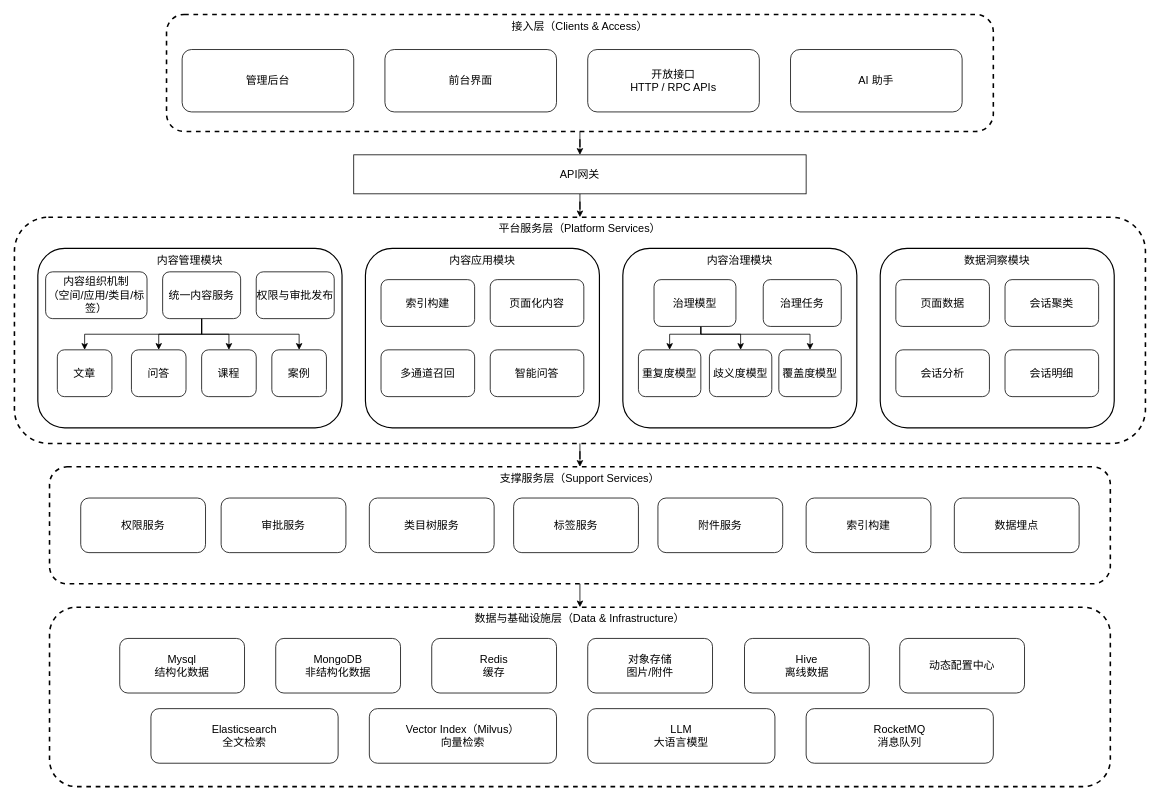
The draw.io diagram page "系统架构图" (7 of 19) of figure/figures.drawio in jqq04/nju-thesis-2026, before the edit. Source tidied: cells renumbered, new cells numbered last; positions are measured from the earlier drawing's top-left corner, leaving out a move shared by most shapes. Both pictures are drawn from the tidied source at 78%, with x=0, y=0 at pixel (14, 14).
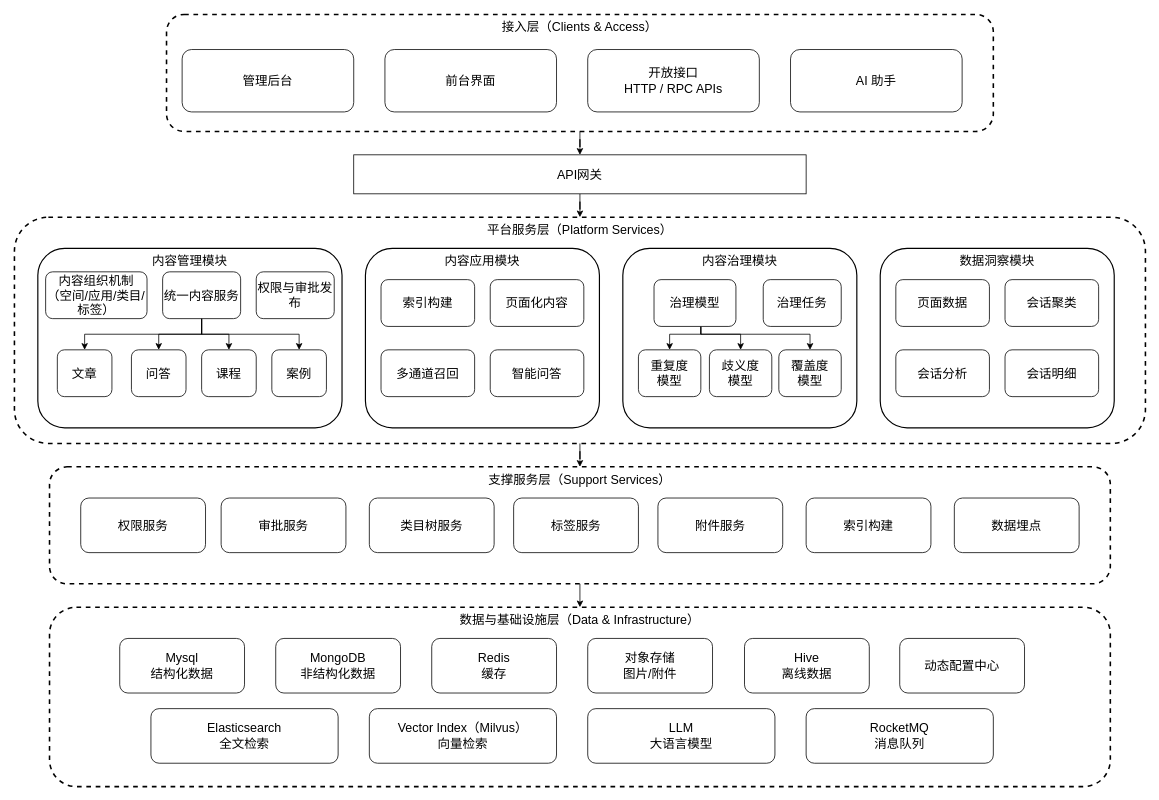
The same diagram, later.

What changed in the source:
```diff
@@
-    <mxCell id="2" style="edgeStyle=orthogonalEdgeStyle;rounded=0;jettySize=auto;html=1;entryX=0.5;entryY=0;entryDx=0;entryDy=0;fontSize=14;" parent="1" edge="1" source="3" target="18">
+    <mxCell id="2" style="edgeStyle=orthogonalEdgeStyle;rounded=0;jettySize=auto;html=1;entryX=0.5;entryY=0;entryDx=0;entryDy=0;fontSize=16;" parent="1" edge="1" source="3" target="18">
       <mxGeometry relative="1" as="geometry" />
     </mxCell>
-    <mxCell id="3" value="平台服务层（Platform Services）" style="rounded=1;whiteSpace=wrap;html=1;strokeWidth=2;fillColor=none;verticalAlign=top;dashed=1;fontSize=14;" parent="1" vertex="1">
+    <mxCell id="3" value="平台服务层（Platform Services）" style="rounded=1;whiteSpace=wrap;html=1;strokeWidth=2;fillColor=none;verticalAlign=top;dashed=1;fontSize=16;" parent="1" vertex="1">
       <mxGeometry y="260" width="1450" height="290" as="geometry" />
     </mxCell>
-    <mxCell id="4" style="edgeStyle=orthogonalEdgeStyle;rounded=0;jettySize=auto;html=1;fontSize=14;" parent="1" edge="1" source="5" target="60">
+    <mxCell id="4" style="edgeStyle=orthogonalEdgeStyle;rounded=0;jettySize=auto;html=1;fontSize=16;" parent="1" edge="1" source="5" target="60">
       <mxGeometry relative="1" as="geometry" />
     </mxCell>
-    <mxCell id="5" value="接入层（Clients &amp;amp; Access）" style="rounded=1;whiteSpace=wrap;html=1;strokeWidth=2;fillColor=none;align=center;verticalAlign=top;dashed=1;fontSize=14;" parent="1" vertex="1">
+    <mxCell id="5" value="接入层（Clients &amp;amp; Access）" style="rounded=1;whiteSpace=wrap;html=1;strokeWidth=2;fillColor=none;align=center;verticalAlign=top;dashed=1;fontSize=16;" parent="1" vertex="1">
       <mxGeometry x="195" width="1060" height="150" as="geometry" />
     </mxCell>
-    <mxCell id="6" value="数据与基础设施层（Data &amp;amp; Infrastructure）" style="rounded=1;whiteSpace=wrap;html=1;strokeWidth=2;fillColor=none;verticalAlign=top;dashed=1;fontSize=14;" parent="1" vertex="1">
+    <mxCell id="6" value="数据与基础设施层（Data &amp;amp; Infrastructure）" style="rounded=1;whiteSpace=wrap;html=1;strokeWidth=2;fillColor=none;verticalAlign=top;dashed=1;fontSize=16;" parent="1" vertex="1">
       <mxGeometry x="45" y="760" width="1360" height="230" as="geometry" />
     </mxCell>
-    <mxCell id="7" value="管理后台" style="rounded=1;whiteSpace=wrap;html=1;fontSize=14;" parent="1" vertex="1">
+    <mxCell id="7" value="管理后台" style="rounded=1;whiteSpace=wrap;html=1;fontSize=16;" parent="1" vertex="1">
       <mxGeometry x="215" y="45" width="220" height="80" as="geometry" />
     </mxCell>
-    <mxCell id="8" value="前台界面" style="rounded=1;whiteSpace=wrap;html=1;fontSize=14;" parent="1" vertex="1">
+    <mxCell id="8" value="前台界面" style="rounded=1;whiteSpace=wrap;html=1;fontSize=16;" parent="1" vertex="1">
       <mxGeometry x="475" y="45" width="220" height="80" as="geometry" />
     </mxCell>
-    <mxCell id="9" value="开放接口&#10;HTTP / RPC APIs" style="rounded=1;whiteSpace=wrap;html=1;fontSize=14;" parent="1" vertex="1">
+    <mxCell id="9" value="开放接口&#10;HTTP / RPC APIs" style="rounded=1;whiteSpace=wrap;html=1;fontSize=16;" parent="1" vertex="1">
       <mxGeometry x="735" y="45" width="220" height="80" as="geometry" />
     </mxCell>
-    <mxCell id="10" value="AI 助手" style="rounded=1;whiteSpace=wrap;html=1;fontSize=14;" parent="1" vertex="1">
+    <mxCell id="10" value="AI 助手" style="rounded=1;whiteSpace=wrap;html=1;fontSize=16;" parent="1" vertex="1">
       <mxGeometry x="995" y="45" width="220" height="80" as="geometry" />
     </mxCell>
-    <mxCell id="11" value="Mysql&lt;br&gt;结构化数据" style="rounded=1;whiteSpace=wrap;html=1;fontSize=14;" parent="1" vertex="1">
+    <mxCell id="11" value="Mysql&lt;br&gt;结构化数据" style="rounded=1;whiteSpace=wrap;html=1;fontSize=16;" parent="1" vertex="1">
       <mxGeometry x="135" y="800" width="160" height="70" as="geometry" />
     </mxCell>
-    <mxCell id="12" value="MongoDB&lt;br&gt;非结构化数据" style="rounded=1;whiteSpace=wrap;html=1;fontSize=14;" parent="1" vertex="1">
+    <mxCell id="12" value="MongoDB&lt;br&gt;非结构化数据" style="rounded=1;whiteSpace=wrap;html=1;fontSize=16;" parent="1" vertex="1">
       <mxGeometry x="335" y="800" width="160" height="70" as="geometry" />
     </mxCell>
-    <mxCell id="13" value="Redis&lt;br&gt;缓存" style="rounded=1;whiteSpace=wrap;html=1;fontSize=14;" parent="1" vertex="1">
+    <mxCell id="13" value="Redis&lt;br&gt;缓存" style="rounded=1;whiteSpace=wrap;html=1;fontSize=16;" parent="1" vertex="1">
       <mxGeometry x="535" y="800" width="160" height="70" as="geometry" />
     </mxCell>
-    <mxCell id="14" value="对象存储&#10;图片/附件" style="rounded=1;whiteSpace=wrap;html=1;fontSize=14;" parent="1" vertex="1">
+    <mxCell id="14" value="对象存储&#10;图片/附件" style="rounded=1;whiteSpace=wrap;html=1;fontSize=16;" parent="1" vertex="1">
       <mxGeometry x="735" y="800" width="160" height="70" as="geometry" />
     </mxCell>
-    <mxCell id="15" value="Elasticsearch&lt;br&gt;全文检索" style="rounded=1;whiteSpace=wrap;html=1;fontSize=14;" parent="1" vertex="1">
+    <mxCell id="15" value="Elasticsearch&lt;br&gt;全文检索" style="rounded=1;whiteSpace=wrap;html=1;fontSize=16;" parent="1" vertex="1">
       <mxGeometry x="175" y="890" width="240" height="70" as="geometry" />
     </mxCell>
-    <mxCell id="16" value="Vector Index（Milvus）&lt;br&gt;向量检索" style="rounded=1;whiteSpace=wrap;html=1;fontSize=14;" parent="1" vertex="1">
+    <mxCell id="16" value="Vector Index（Milvus）&lt;br&gt;向量检索" style="rounded=1;whiteSpace=wrap;html=1;fontSize=16;" parent="1" vertex="1">
       <mxGeometry x="455" y="890" width="240" height="70" as="geometry" />
     </mxCell>
-    <mxCell id="17" style="edgeStyle=orthogonalEdgeStyle;rounded=0;jettySize=auto;html=1;exitX=0.5;exitY=1;exitDx=0;exitDy=0;entryX=0.5;entryY=0;entryDx=0;entryDy=0;fontSize=14;" parent="1" edge="1" source="18" target="6">
+    <mxCell id="17" style="edgeStyle=orthogonalEdgeStyle;rounded=0;jettySize=auto;html=1;exitX=0.5;exitY=1;exitDx=0;exitDy=0;entryX=0.5;entryY=0;entryDx=0;entryDy=0;fontSize=16;" parent="1" edge="1" source="18" target="6">
       <mxGeometry relative="1" as="geometry" />
     </mxCell>
-    <mxCell id="18" value="支撑服务层（Support Services）" style="rounded=1;whiteSpace=wrap;html=1;strokeWidth=2;fillColor=none;verticalAlign=top;dashed=1;fontSize=14;" parent="1" vertex="1">
+    <mxCell id="18" value="支撑服务层（Support Services）" style="rounded=1;whiteSpace=wrap;html=1;strokeWidth=2;fillColor=none;verticalAlign=top;dashed=1;fontSize=16;" parent="1" vertex="1">
       <mxGeometry x="45" y="580" width="1360" height="150" as="geometry" />
     </mxCell>
-    <mxCell id="19" value="权限服务" style="rounded=1;whiteSpace=wrap;html=1;fontSize=14;" parent="1" vertex="1">
+    <mxCell id="19" value="权限服务" style="rounded=1;whiteSpace=wrap;html=1;fontSize=16;" parent="1" vertex="1">
       <mxGeometry x="85" y="620" width="160" height="70" as="geometry" />
     </mxCell>
-    <mxCell id="20" value="类目树服务" style="rounded=1;whiteSpace=wrap;html=1;fontSize=14;" parent="1" vertex="1">
+    <mxCell id="20" value="类目树服务" style="rounded=1;whiteSpace=wrap;html=1;fontSize=16;" parent="1" vertex="1">
       <mxGeometry x="455" y="620" width="160" height="70" as="geometry" />
     </mxCell>
-    <mxCell id="21" value="标签服务" style="rounded=1;whiteSpace=wrap;html=1;fontSize=14;" parent="1" vertex="1">
+    <mxCell id="21" value="标签服务" style="rounded=1;whiteSpace=wrap;html=1;fontSize=16;" parent="1" vertex="1">
       <mxGeometry x="640" y="620" width="160" height="70" as="geometry" />
     </mxCell>
-    <mxCell id="22" value="附件服务" style="rounded=1;whiteSpace=wrap;html=1;fontSize=14;" parent="1" vertex="1">
+    <mxCell id="22" value="附件服务" style="rounded=1;whiteSpace=wrap;html=1;fontSize=16;" parent="1" vertex="1">
       <mxGeometry x="825" y="620" width="160" height="70" as="geometry" />
     </mxCell>
-    <mxCell id="23" value="索引构建" style="rounded=1;whiteSpace=wrap;html=1;fontSize=14;" parent="1" vertex="1">
+    <mxCell id="23" value="索引构建" style="rounded=1;whiteSpace=wrap;html=1;fontSize=16;" parent="1" vertex="1">
       <mxGeometry x="1015" y="620" width="160" height="70" as="geometry" />
     </mxCell>
-    <mxCell id="24" style="group;fontSize=14;" parent="1" vertex="1">
+    <mxCell id="24" style="group;fontSize=16;" parent="1" vertex="1">
       <mxGeometry x="30" y="300" width="390" height="230" as="geometry" />
     </mxCell>
-    <mxCell id="25" value="内容管理模块" style="rounded=1;whiteSpace=wrap;html=1;strokeWidth=1.5;fillColor=none;verticalAlign=top;fontSize=14;" parent="24" vertex="1">
+    <mxCell id="25" value="内容管理模块" style="rounded=1;whiteSpace=wrap;html=1;strokeWidth=1.5;fillColor=none;verticalAlign=top;fontSize=16;" parent="24" vertex="1">
       <mxGeometry width="390" height="230" as="geometry" />
     </mxCell>
-    <mxCell id="26" value="内容组织机制&lt;div&gt;（空间/应用/类目/标签）&lt;/div&gt;" style="rounded=1;whiteSpace=wrap;html=1;fontSize=14;" parent="24" vertex="1">
+    <mxCell id="26" value="内容组织机制&lt;div&gt;（空间/应用/类目/标签）&lt;/div&gt;" style="rounded=1;whiteSpace=wrap;html=1;fontSize=16;" parent="24" vertex="1">
       <mxGeometry x="10" y="30" width="130" height="60" as="geometry" />
     </mxCell>
-    <mxCell id="27" style="edgeStyle=orthogonalEdgeStyle;rounded=0;jettySize=auto;html=1;entryX=0.5;entryY=0;entryDx=0;entryDy=0;fontSize=14;" parent="24" edge="1" source="30" target="33">
+    <mxCell id="27" style="edgeStyle=orthogonalEdgeStyle;rounded=0;jettySize=auto;html=1;entryX=0.5;entryY=0;entryDx=0;entryDy=0;fontSize=16;" parent="24" edge="1" source="30" target="33">
       <mxGeometry relative="1" as="geometry" />
     </mxCell>
-    <mxCell id="28" style="edgeStyle=orthogonalEdgeStyle;rounded=0;jettySize=auto;html=1;entryX=0.5;entryY=0;entryDx=0;entryDy=0;fontSize=14;" parent="24" edge="1" source="30" target="34">
+    <mxCell id="28" style="edgeStyle=orthogonalEdgeStyle;rounded=0;jettySize=auto;html=1;entryX=0.5;entryY=0;entryDx=0;entryDy=0;fontSize=16;" parent="24" edge="1" source="30" target="34">
       <mxGeometry relative="1" as="geometry" />
     </mxCell>
-    <mxCell id="29" style="edgeStyle=orthogonalEdgeStyle;rounded=0;jettySize=auto;html=1;exitX=0.5;exitY=1;exitDx=0;exitDy=0;entryX=0.5;entryY=0;entryDx=0;entryDy=0;fontSize=14;" parent="24" edge="1" source="30" target="35">
+    <mxCell id="29" style="edgeStyle=orthogonalEdgeStyle;rounded=0;jettySize=auto;html=1;exitX=0.5;exitY=1;exitDx=0;exitDy=0;entryX=0.5;entryY=0;entryDx=0;entryDy=0;fontSize=16;" parent="24" edge="1" source="30" target="35">
       <mxGeometry relative="1" as="geometry">
         <Array as="points">
           <mxPoint x="210" y="110" />
           <mxPoint x="335" y="110" />
         </Array>
       </mxGeometry>
     </mxCell>
-    <mxCell id="30" value="统一内容服务" style="rounded=1;whiteSpace=wrap;html=1;fontSize=14;" parent="24" vertex="1">
+    <mxCell id="30" value="统一内容服务" style="rounded=1;whiteSpace=wrap;html=1;fontSize=16;" parent="24" vertex="1">
       <mxGeometry x="160" y="30" width="100" height="60" as="geometry" />
     </mxCell>
-    <mxCell id="31" value="权限与审批发布" style="rounded=1;whiteSpace=wrap;html=1;fontSize=14;" parent="24" vertex="1">
+    <mxCell id="31" value="权限与审批发布" style="rounded=1;whiteSpace=wrap;html=1;fontSize=16;" parent="24" vertex="1">
       <mxGeometry x="280" y="30" width="100" height="60" as="geometry" />
     </mxCell>
-    <mxCell id="32" value="文章" style="rounded=1;whiteSpace=wrap;html=1;fontSize=14;" parent="24" vertex="1">
+    <mxCell id="32" value="文章" style="rounded=1;whiteSpace=wrap;html=1;fontSize=16;" parent="24" vertex="1">
       <mxGeometry x="25" y="130" width="70" height="60" as="geometry" />
     </mxCell>
-    <mxCell id="33" value="问答" style="rounded=1;whiteSpace=wrap;html=1;fontSize=14;" parent="24" vertex="1">
+    <mxCell id="33" value="问答" style="rounded=1;whiteSpace=wrap;html=1;fontSize=16;" parent="24" vertex="1">
       <mxGeometry x="120" y="130" width="70" height="60" as="geometry" />
     </mxCell>
-    <mxCell id="34" value="课程" style="rounded=1;whiteSpace=wrap;html=1;fontSize=14;" parent="24" vertex="1">
+    <mxCell id="34" value="课程" style="rounded=1;whiteSpace=wrap;html=1;fontSize=16;" parent="24" vertex="1">
       <mxGeometry x="210" y="130" width="70" height="60" as="geometry" />
     </mxCell>
-    <mxCell id="35" value="案例" style="rounded=1;whiteSpace=wrap;html=1;fontSize=14;" parent="24" vertex="1">
+    <mxCell id="35" value="案例" style="rounded=1;whiteSpace=wrap;html=1;fontSize=16;" parent="24" vertex="1">
       <mxGeometry x="300" y="130" width="70" height="60" as="geometry" />
     </mxCell>
-    <mxCell id="36" style="edgeStyle=orthogonalEdgeStyle;rounded=0;jettySize=auto;html=1;entryX=0.5;entryY=0;entryDx=0;entryDy=0;fontSize=14;" parent="24" edge="1" source="30" target="32">
+    <mxCell id="36" style="edgeStyle=orthogonalEdgeStyle;rounded=0;jettySize=auto;html=1;entryX=0.5;entryY=0;entryDx=0;entryDy=0;fontSize=16;" parent="24" edge="1" source="30" target="32">
       <mxGeometry relative="1" as="geometry">
         <Array as="points">
           <mxPoint x="210" y="110" />
           <mxPoint x="60" y="110" />
         </Array>
       </mxGeometry>
     </mxCell>
-    <mxCell id="37" value="内容应用模块" style="rounded=1;whiteSpace=wrap;html=1;strokeWidth=1.5;fillColor=none;verticalAlign=top;fontSize=14;" parent="1" vertex="1">
+    <mxCell id="37" value="内容应用模块" style="rounded=1;whiteSpace=wrap;html=1;strokeWidth=1.5;fillColor=none;verticalAlign=top;fontSize=16;" parent="1" vertex="1">
       <mxGeometry x="450" y="300" width="300" height="230" as="geometry" />
     </mxCell>
-    <mxCell id="38" value="页面化内容" style="rounded=1;whiteSpace=wrap;html=1;fontSize=14;" parent="1" vertex="1">
+    <mxCell id="38" value="页面化内容" style="rounded=1;whiteSpace=wrap;html=1;fontSize=16;" parent="1" vertex="1">
       <mxGeometry x="610" y="340" width="120" height="60" as="geometry" />
     </mxCell>
-    <mxCell id="39" value="索引构建" style="rounded=1;whiteSpace=wrap;html=1;fontSize=14;" parent="1" vertex="1">
+    <mxCell id="39" value="索引构建" style="rounded=1;whiteSpace=wrap;html=1;fontSize=16;" parent="1" vertex="1">
       <mxGeometry x="470" y="340" width="120" height="60" as="geometry" />
     </mxCell>
-    <mxCell id="40" value="多通道召回" style="rounded=1;whiteSpace=wrap;html=1;fontSize=14;" parent="1" vertex="1">
+    <mxCell id="40" value="多通道召回" style="rounded=1;whiteSpace=wrap;html=1;fontSize=16;" parent="1" vertex="1">
       <mxGeometry x="470" y="430" width="120" height="60" as="geometry" />
     </mxCell>
-    <mxCell id="41" value="智能问答" style="rounded=1;whiteSpace=wrap;html=1;fontSize=14;" parent="1" vertex="1">
+    <mxCell id="41" value="智能问答" style="rounded=1;whiteSpace=wrap;html=1;fontSize=16;" parent="1" vertex="1">
       <mxGeometry x="610" y="430" width="120" height="60" as="geometry" />
     </mxCell>
-    <mxCell id="42" value="内容治理模块" style="rounded=1;whiteSpace=wrap;html=1;strokeWidth=1.5;fillColor=none;verticalAlign=top;fontSize=14;" parent="1" vertex="1">
+    <mxCell id="42" value="内容治理模块" style="rounded=1;whiteSpace=wrap;html=1;strokeWidth=1.5;fillColor=none;verticalAlign=top;fontSize=16;" parent="1" vertex="1">
       <mxGeometry x="780" y="300" width="300" height="230" as="geometry" />
     </mxCell>
-    <mxCell id="43" style="edgeStyle=orthogonalEdgeStyle;rounded=0;jettySize=auto;html=1;fontSize=14;" parent="1" edge="1" source="46" target="47">
+    <mxCell id="43" style="edgeStyle=orthogonalEdgeStyle;rounded=0;jettySize=auto;html=1;fontSize=16;" parent="1" edge="1" source="46" target="47">
       <mxGeometry relative="1" as="geometry">
         <Array as="points">
           <mxPoint x="880" y="410" />
           <mxPoint x="840" y="410" />
         </Array>
       </mxGeometry>
     </mxCell>
-    <mxCell id="44" style="edgeStyle=orthogonalEdgeStyle;rounded=0;jettySize=auto;html=1;fontSize=14;" parent="1" edge="1" source="46" target="61">
+    <mxCell id="44" style="edgeStyle=orthogonalEdgeStyle;rounded=0;jettySize=auto;html=1;fontSize=16;" parent="1" edge="1" source="46" target="61">
       <mxGeometry relative="1" as="geometry">
         <Array as="points">
           <mxPoint x="880" y="410" />
           <mxPoint x="931" y="410" />
         </Array>
       </mxGeometry>
     </mxCell>
-    <mxCell id="45" style="edgeStyle=orthogonalEdgeStyle;rounded=0;jettySize=auto;html=1;fontSize=14;" parent="1" edge="1" source="46" target="62">
+    <mxCell id="45" style="edgeStyle=orthogonalEdgeStyle;rounded=0;jettySize=auto;html=1;fontSize=16;" parent="1" edge="1" source="46" target="62">
       <mxGeometry relative="1" as="geometry">
         <Array as="points">
           <mxPoint x="880" y="410" />
           <mxPoint x="1020" y="410" />
         </Array>
       </mxGeometry>
     </mxCell>
-    <mxCell id="46" value="治理模型" style="rounded=1;whiteSpace=wrap;html=1;fontSize=14;" parent="1" vertex="1">
+    <mxCell id="46" value="治理模型" style="rounded=1;whiteSpace=wrap;html=1;fontSize=16;" parent="1" vertex="1">
       <mxGeometry x="820" y="340" width="105" height="60" as="geometry" />
     </mxCell>
-    <mxCell id="47" value="重复度模型" style="rounded=1;whiteSpace=wrap;html=1;fontSize=14;" parent="1" vertex="1">
+    <mxCell id="47" value="重复度&lt;div&gt;模型&lt;/div&gt;" style="rounded=1;whiteSpace=wrap;html=1;fontSize=16;" parent="1" vertex="1">
       <mxGeometry x="800" y="430" width="80" height="60" as="geometry" />
     </mxCell>
-    <mxCell id="48" value="治理任务" style="rounded=1;whiteSpace=wrap;html=1;fontSize=14;" parent="1" vertex="1">
+    <mxCell id="48" value="治理任务" style="rounded=1;whiteSpace=wrap;html=1;fontSize=16;" parent="1" vertex="1">
       <mxGeometry x="960" y="340" width="100" height="60" as="geometry" />
     </mxCell>
-    <mxCell id="49" value="Hive&lt;div&gt;离线数据&lt;/div&gt;" style="rounded=1;whiteSpace=wrap;html=1;fontSize=14;" parent="1" vertex="1">
+    <mxCell id="49" value="Hive&lt;div&gt;离线数据&lt;/div&gt;" style="rounded=1;whiteSpace=wrap;html=1;fontSize=16;" parent="1" vertex="1">
       <mxGeometry x="936" y="800" width="160" height="70" as="geometry" />
     </mxCell>
-    <mxCell id="50" value="数据洞察模块" style="rounded=1;whiteSpace=wrap;html=1;strokeWidth=1.5;fillColor=none;verticalAlign=top;fontSize=14;" parent="1" vertex="1">
+    <mxCell id="50" value="数据洞察模块" style="rounded=1;whiteSpace=wrap;html=1;strokeWidth=1.5;fillColor=none;verticalAlign=top;fontSize=16;" parent="1" vertex="1">
       <mxGeometry x="1110" y="300" width="300" height="230" as="geometry" />
     </mxCell>
-    <mxCell id="51" value="会话聚类" style="rounded=1;whiteSpace=wrap;html=1;fontSize=14;" parent="1" vertex="1">
+    <mxCell id="51" value="会话聚类" style="rounded=1;whiteSpace=wrap;html=1;fontSize=16;" parent="1" vertex="1">
       <mxGeometry x="1270" y="340" width="120" height="60" as="geometry" />
     </mxCell>
-    <mxCell id="52" value="页面数据" style="rounded=1;whiteSpace=wrap;html=1;fontSize=14;" parent="1" vertex="1">
+    <mxCell id="52" value="页面数据" style="rounded=1;whiteSpace=wrap;html=1;fontSize=16;" parent="1" vertex="1">
       <mxGeometry x="1130" y="340" width="120" height="60" as="geometry" />
     </mxCell>
-    <mxCell id="53" value="会话分析" style="rounded=1;whiteSpace=wrap;html=1;fontSize=14;" parent="1" vertex="1">
+    <mxCell id="53" value="会话分析" style="rounded=1;whiteSpace=wrap;html=1;fontSize=16;" parent="1" vertex="1">
       <mxGeometry x="1130" y="430" width="120" height="60" as="geometry" />
     </mxCell>
-    <mxCell id="54" value="会话明细" style="rounded=1;whiteSpace=wrap;html=1;fontSize=14;" parent="1" vertex="1">
+    <mxCell id="54" value="会话明细" style="rounded=1;whiteSpace=wrap;html=1;fontSize=16;" parent="1" vertex="1">
       <mxGeometry x="1270" y="430" width="120" height="60" as="geometry" />
     </mxCell>
-    <mxCell id="55" value="数据埋点" style="rounded=1;whiteSpace=wrap;html=1;fontSize=14;" parent="1" vertex="1">
+    <mxCell id="55" value="数据埋点" style="rounded=1;whiteSpace=wrap;html=1;fontSize=16;" parent="1" vertex="1">
       <mxGeometry x="1205" y="620" width="160" height="70" as="geometry" />
     </mxCell>
-    <mxCell id="56" value="动态配置中心" style="rounded=1;whiteSpace=wrap;html=1;fontSize=14;" parent="1" vertex="1">
+    <mxCell id="56" value="动态配置中心" style="rounded=1;whiteSpace=wrap;html=1;fontSize=16;" parent="1" vertex="1">
       <mxGeometry x="1135" y="800" width="160" height="70" as="geometry" />
     </mxCell>
-    <mxCell id="57" value="&lt;div&gt;LLM&lt;/div&gt;大语言模型" style="rounded=1;whiteSpace=wrap;html=1;fontSize=14;" parent="1" vertex="1">
+    <mxCell id="57" value="&lt;div&gt;LLM&lt;/div&gt;大语言模型" style="rounded=1;whiteSpace=wrap;html=1;fontSize=16;" parent="1" vertex="1">
       <mxGeometry x="735" y="890" width="240" height="70" as="geometry" />
     </mxCell>
-    <mxCell id="58" value="RocketMQ&lt;div&gt;消息队列&lt;/div&gt;" style="rounded=1;whiteSpace=wrap;html=1;fontSize=14;" parent="1" vertex="1">
+    <mxCell id="58" value="RocketMQ&lt;div&gt;消息队列&lt;/div&gt;" style="rounded=1;whiteSpace=wrap;html=1;fontSize=16;" parent="1" vertex="1">
       <mxGeometry x="1015" y="890" width="240" height="70" as="geometry" />
     </mxCell>
-    <mxCell id="59" style="edgeStyle=orthogonalEdgeStyle;rounded=0;jettySize=auto;html=1;entryX=0.5;entryY=0;entryDx=0;entryDy=0;fontSize=14;" parent="1" edge="1" source="60" target="3">
+    <mxCell id="59" style="edgeStyle=orthogonalEdgeStyle;rounded=0;jettySize=auto;html=1;entryX=0.5;entryY=0;entryDx=0;entryDy=0;fontSize=16;" parent="1" edge="1" source="60" target="3">
       <mxGeometry relative="1" as="geometry" />
     </mxCell>
-    <mxCell id="60" value="API网关" style="rounded=0;whiteSpace=wrap;html=1;fontSize=14;" parent="1" vertex="1">
+    <mxCell id="60" value="API网关" style="rounded=0;whiteSpace=wrap;html=1;fontSize=16;" parent="1" vertex="1">
       <mxGeometry x="435" y="180" width="580" height="50" as="geometry" />
     </mxCell>
-    <mxCell id="61" value="歧义度模型" style="rounded=1;whiteSpace=wrap;html=1;fontSize=14;" parent="1" vertex="1">
+    <mxCell id="61" value="歧义度&lt;div&gt;模型&lt;/div&gt;" style="rounded=1;whiteSpace=wrap;html=1;fontSize=16;" parent="1" vertex="1">
       <mxGeometry x="891" y="430" width="80" height="60" as="geometry" />
     </mxCell>
-    <mxCell id="62" value="覆盖度模型" style="rounded=1;whiteSpace=wrap;html=1;fontSize=14;" parent="1" vertex="1">
+    <mxCell id="62" value="覆盖度&lt;div&gt;模型&lt;/div&gt;" style="rounded=1;whiteSpace=wrap;html=1;fontSize=16;" parent="1" vertex="1">
       <mxGeometry x="980" y="430" width="80" height="60" as="geometry" />
     </mxCell>
-    <mxCell id="63" value="审批服务" style="rounded=1;whiteSpace=wrap;html=1;fontSize=14;" parent="1" vertex="1">
+    <mxCell id="63" value="审批服务" style="rounded=1;whiteSpace=wrap;html=1;fontSize=16;" parent="1" vertex="1">
       <mxGeometry x="265" y="620" width="160" height="70" as="geometry" />
     </mxCell>
```
